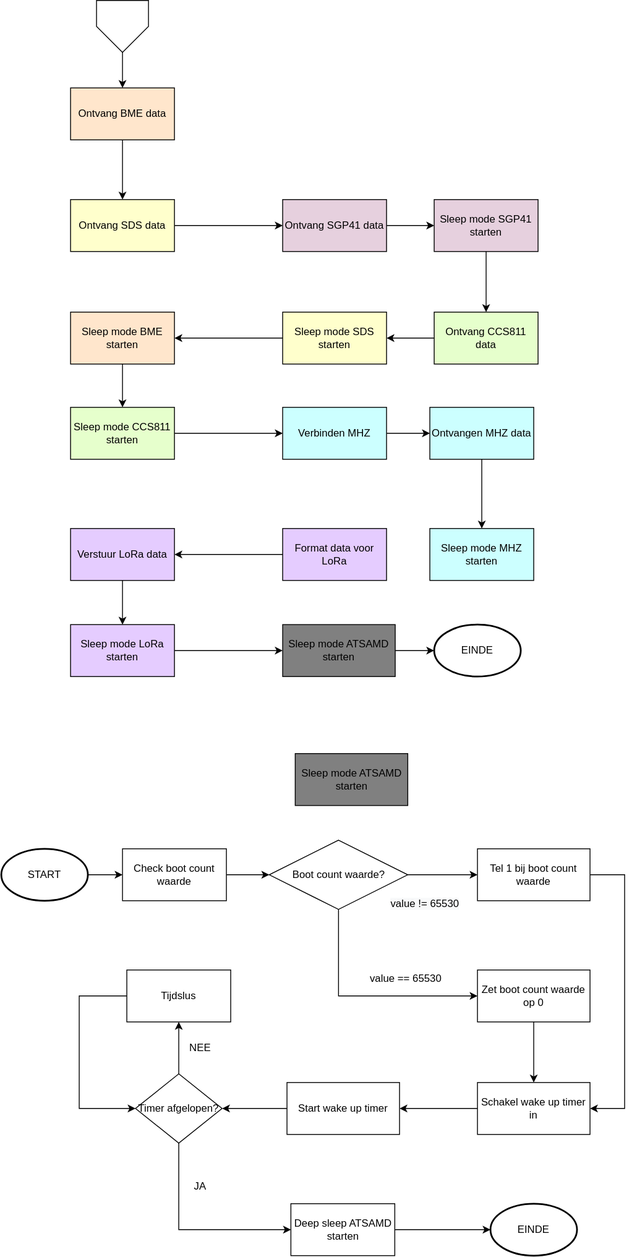
Earlier version of the draw.io export assets/FlowChart-ATSAMD_2.svg (747oli/Luchtkwaliteitssensor_analyse). Source tidied: cells renumbered, new cells last; positions are measured from the earlier drawing's top-left corner, leaving out a move shared by most shapes.
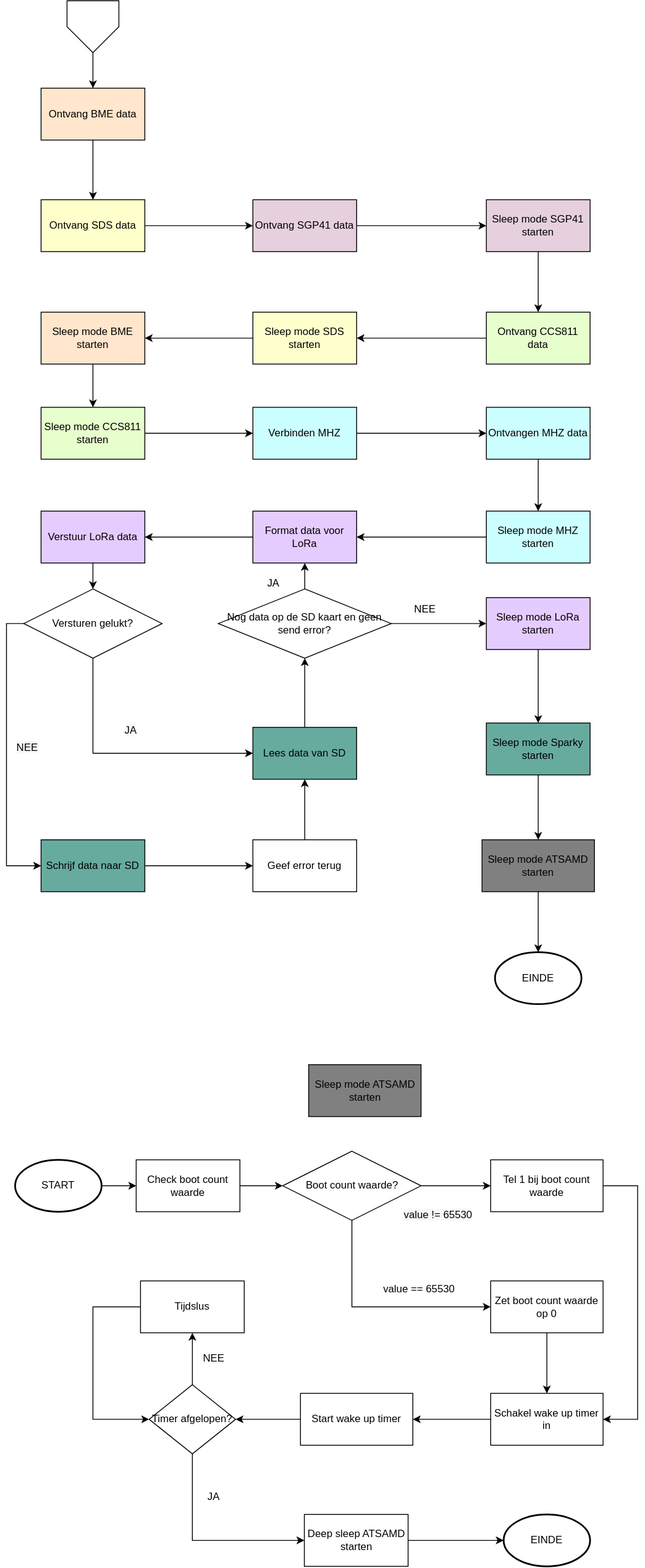
The same file after the commit.

Commit message:
Fix FlowChart; ATSAMD21, Sparky

Diff of the diagram source:
```diff
@@ -8,3 +8,3 @@
     <mxCell id="3" value="Ontvang BME data" style="rounded=0;whiteSpace=wrap;html=1;fillColor=#FFE6CC;" parent="1" vertex="1">
-      <mxGeometry x="80" y="101" width="120" height="60" as="geometry" />
+      <mxGeometry x="90" y="-1519" width="120" height="60" as="geometry" />
     </mxCell>
@@ -14,6 +14,6 @@
     <mxCell id="5" value="Ontvang SDS data" style="rounded=0;whiteSpace=wrap;html=1;fillColor=#FFFFCC;" parent="1" vertex="1">
-      <mxGeometry x="80" y="230" width="120" height="60" as="geometry" />
+      <mxGeometry x="90" y="-1390" width="120" height="60" as="geometry" />
     </mxCell>
     <mxCell id="6" value="Ontvang CCS811 data" style="rounded=0;whiteSpace=wrap;html=1;fillColor=#E6FFCC;" parent="1" vertex="1">
-      <mxGeometry x="500" y="360" width="120" height="60" as="geometry" />
+      <mxGeometry x="605" y="-1260" width="120" height="60" as="geometry" />
     </mxCell>
@@ -23,3 +23,3 @@
     <mxCell id="8" value="Sleep mode SDS starten" style="rounded=0;whiteSpace=wrap;html=1;fillColor=#FFFFCC;" parent="1" vertex="1">
-      <mxGeometry x="325" y="360" width="120" height="60" as="geometry" />
+      <mxGeometry x="335" y="-1260" width="120" height="60" as="geometry" />
     </mxCell>
@@ -29,3 +29,3 @@
     <mxCell id="10" value="Sleep mode BME starten" style="rounded=0;whiteSpace=wrap;html=1;fillColor=#FFE6CC;" parent="1" vertex="1">
-      <mxGeometry x="80" y="360" width="120" height="60" as="geometry" />
+      <mxGeometry x="90" y="-1260" width="120" height="60" as="geometry" />
     </mxCell>
@@ -35,3 +35,3 @@
     <mxCell id="12" value="Sleep mode CCS811 starten" style="rounded=0;whiteSpace=wrap;html=1;fillColor=#E6FFCC;" parent="1" vertex="1">
-      <mxGeometry x="80" y="470" width="120" height="60" as="geometry" />
+      <mxGeometry x="90" y="-1150" width="120" height="60" as="geometry" />
     </mxCell>
@@ -44,3 +44,3 @@
     <mxCell id="15" value="Verbinden MHZ" style="rounded=0;whiteSpace=wrap;html=1;fillColor=#CCFFFF;" parent="1" vertex="1">
-      <mxGeometry x="325" y="470" width="120" height="60" as="geometry" />
+      <mxGeometry x="335" y="-1150" width="120" height="60" as="geometry" />
     </mxCell>
@@ -50,6 +50,9 @@
     <mxCell id="17" value="Ontvangen MHZ data" style="rounded=0;whiteSpace=wrap;html=1;fillColor=#CCFFFF;" parent="1" vertex="1">
-      <mxGeometry x="495" y="470" width="120" height="60" as="geometry" />
+      <mxGeometry x="605" y="-1150" width="120" height="60" as="geometry" />
     </mxCell>
+    <mxCell id="62" style="edgeStyle=orthogonalEdgeStyle;rounded=0;jettySize=auto;html=1;exitX=0;exitY=0.5;exitDx=0;exitDy=0;entryX=1;entryY=0.5;entryDx=0;entryDy=0;" parent="1" edge="1" source="18" target="20">
+      <mxGeometry relative="1" as="geometry" />
+    </mxCell>
     <mxCell id="18" value="Sleep mode MHZ starten" style="rounded=0;whiteSpace=wrap;html=1;fillColor=#CCFFFF;" parent="1" vertex="1">
-      <mxGeometry x="495" y="610" width="120" height="60" as="geometry" />
+      <mxGeometry x="605" y="-1030" width="120" height="60" as="geometry" />
     </mxCell>
@@ -59,24 +62,24 @@
     <mxCell id="20" value="Format data voor LoRa" style="rounded=0;whiteSpace=wrap;html=1;fillColor=#E5CCFF;" parent="1" vertex="1">
-      <mxGeometry x="325" y="610" width="120" height="60" as="geometry" />
+      <mxGeometry x="335" y="-1030" width="120" height="60" as="geometry" />
     </mxCell>
-    <mxCell id="21" style="edgeStyle=orthogonalEdgeStyle;rounded=0;jettySize=auto;html=1;" parent="1" edge="1" source="22" target="24">
-      <mxGeometry relative="1" as="geometry" />
-    </mxCell>
+    <mxCell id="63" style="edgeStyle=orthogonalEdgeStyle;rounded=0;jettySize=auto;html=1;exitX=0.5;exitY=1;exitDx=0;exitDy=0;entryX=0.5;entryY=0;entryDx=0;entryDy=0;" parent="1" edge="1" source="22" target="67">
+      <mxGeometry relative="1" as="geometry" />
+    </mxCell>
     <mxCell id="22" value="Verstuur LoRa data" style="rounded=0;whiteSpace=wrap;html=1;fillColor=#E5CCFF;" parent="1" vertex="1">
-      <mxGeometry x="80" y="610" width="120" height="60" as="geometry" />
+      <mxGeometry x="90" y="-1030" width="120" height="60" as="geometry" />
     </mxCell>
-    <mxCell id="23" style="edgeStyle=orthogonalEdgeStyle;rounded=0;jettySize=auto;html=1;exitX=1;exitY=0.5;exitDx=0;exitDy=0;" parent="1" edge="1" source="24" target="58">
-      <mxGeometry relative="1" as="geometry" />
-    </mxCell>
+    <mxCell id="64" style="edgeStyle=orthogonalEdgeStyle;rounded=0;jettySize=auto;html=1;" parent="1" edge="1" source="24" target="82">
+      <mxGeometry relative="1" as="geometry" />
+    </mxCell>
     <mxCell id="24" value="Sleep mode LoRa starten" style="rounded=0;whiteSpace=wrap;html=1;fillColor=#E5CCFF;" parent="1" vertex="1">
-      <mxGeometry x="80" y="721" width="120" height="60" as="geometry" />
+      <mxGeometry x="605" y="-930" width="120" height="60" as="geometry" />
     </mxCell>
     <mxCell id="25" value="NEE" style="text;html=1;strokeColor=none;fillColor=none;align=center;verticalAlign=middle;whiteSpace=wrap;rounded=0;" parent="1" vertex="1">
-      <mxGeometry x="210" y="1200" width="40" height="20" as="geometry" />
+      <mxGeometry x="270" y="-60" width="40" height="20" as="geometry" />
     </mxCell>
     <mxCell id="26" value="JA" style="text;html=1;strokeColor=none;fillColor=none;align=center;verticalAlign=middle;whiteSpace=wrap;rounded=0;" parent="1" vertex="1">
-      <mxGeometry x="210" y="1360" width="40" height="20" as="geometry" />
+      <mxGeometry x="270" y="100" width="40" height="20" as="geometry" />
     </mxCell>
     <mxCell id="27" value="&lt;span style=&quot;color: rgb(0 , 0 , 0) ; font-family: &amp;#34;helvetica&amp;#34; ; font-size: 12px ; font-style: normal ; font-weight: 400 ; letter-spacing: normal ; text-align: center ; text-indent: 0px ; text-transform: none ; word-spacing: 0px ; background-color: rgb(248 , 249 , 250) ; display: inline ; float: none&quot;&gt;value != 65530&lt;/span&gt;" style="text;whiteSpace=wrap;html=1;" parent="1" vertex="1">
-      <mxGeometry x="447.5" y="1030" width="110" height="30" as="geometry" />
+      <mxGeometry x="507.5" y="-230" width="110" height="30" as="geometry" />
     </mxCell>
@@ -86,3 +89,3 @@
     <mxCell id="29" value="Ontvang SGP41 data" style="rounded=0;whiteSpace=wrap;html=1;fillColor=#E6D0DE;" parent="1" vertex="1">
-      <mxGeometry x="325" y="230" width="120" height="60" as="geometry" />
+      <mxGeometry x="335" y="-1390" width="120" height="60" as="geometry" />
     </mxCell>
@@ -92,6 +95,6 @@
     <mxCell id="31" value="Sleep mode SGP41 starten" style="rounded=0;whiteSpace=wrap;html=1;fillColor=#E6D0DE;" parent="1" vertex="1">
-      <mxGeometry x="500" y="230" width="120" height="60" as="geometry" />
+      <mxGeometry x="605" y="-1390" width="120" height="60" as="geometry" />
     </mxCell>
     <mxCell id="32" value="&lt;span&gt;Sleep mode ATSAMD starten&lt;/span&gt;" style="rounded=0;whiteSpace=wrap;html=1;fillColor=#808080;" parent="1" vertex="1">
-      <mxGeometry x="339.5" y="870" width="130" height="60" as="geometry" />
+      <mxGeometry x="399.5" y="-390" width="130" height="60" as="geometry" />
     </mxCell>
@@ -104,3 +107,3 @@
     <mxCell id="35" value="Boot count waarde?" style="rhombus;whiteSpace=wrap;html=1;" parent="1" vertex="1">
-      <mxGeometry x="309.5" y="970" width="160" height="80" as="geometry" />
+      <mxGeometry x="369.5" y="-290" width="160" height="80" as="geometry" />
     </mxCell>
@@ -110,3 +113,3 @@
     <mxCell id="37" value="START" style="strokeWidth=2;html=1;shape=mxgraph.flowchart.start_1;whiteSpace=wrap;" parent="1" vertex="1">
-      <mxGeometry y="980" width="100" height="60" as="geometry" />
+      <mxGeometry x="60" y="-280" width="100" height="60" as="geometry" />
     </mxCell>
@@ -116,3 +119,3 @@
     <mxCell id="39" value="Check boot count waarde" style="rounded=0;whiteSpace=wrap;html=1;" parent="1" vertex="1">
-      <mxGeometry x="140" y="980" width="120" height="60" as="geometry" />
+      <mxGeometry x="200" y="-280" width="120" height="60" as="geometry" />
     </mxCell>
@@ -122,3 +125,3 @@
     <mxCell id="41" value="Zet boot count waarde op 0" style="rounded=0;whiteSpace=wrap;html=1;" parent="1" vertex="1">
-      <mxGeometry x="550" y="1120" width="130" height="60" as="geometry" />
+      <mxGeometry x="610" y="-140" width="130" height="60" as="geometry" />
     </mxCell>
@@ -127,4 +130,4 @@
         <Array as="points">
-          <mxPoint x="720" y="1010" />
-          <mxPoint x="720" y="1280" />
+          <mxPoint x="780" y="-250" />
+          <mxPoint x="780" y="20" />
         </Array>
@@ -133,3 +136,3 @@
     <mxCell id="43" value="Tel 1 bij boot count waarde" style="rounded=0;whiteSpace=wrap;html=1;" parent="1" vertex="1">
-      <mxGeometry x="550" y="980" width="130" height="60" as="geometry" />
+      <mxGeometry x="610" y="-280" width="130" height="60" as="geometry" />
     </mxCell>
@@ -139,3 +142,3 @@
     <mxCell id="45" value="Schakel wake up timer in" style="rounded=0;whiteSpace=wrap;html=1;" parent="1" vertex="1">
-      <mxGeometry x="550" y="1250" width="130" height="60" as="geometry" />
+      <mxGeometry x="610" y="-10" width="130" height="60" as="geometry" />
     </mxCell>
@@ -145,3 +148,3 @@
     <mxCell id="47" value="Start wake up timer" style="rounded=0;whiteSpace=wrap;html=1;" parent="1" vertex="1">
-      <mxGeometry x="330" y="1250" width="130" height="60" as="geometry" />
+      <mxGeometry x="390" y="-10" width="130" height="60" as="geometry" />
     </mxCell>
@@ -154,3 +157,3 @@
     <mxCell id="50" value="Timer afgelopen?" style="rhombus;whiteSpace=wrap;html=1;" parent="1" vertex="1">
-      <mxGeometry x="155" y="1240" width="100" height="80" as="geometry" />
+      <mxGeometry x="215" y="-20" width="100" height="80" as="geometry" />
     </mxCell>
@@ -159,4 +162,4 @@
         <Array as="points">
-          <mxPoint x="90" y="1150" />
-          <mxPoint x="90" y="1280" />
+          <mxPoint x="150" y="-110" />
+          <mxPoint x="150" y="20" />
         </Array>
@@ -165,3 +168,3 @@
     <mxCell id="52" value="Tijdslus" style="rounded=0;whiteSpace=wrap;html=1;" parent="1" vertex="1">
-      <mxGeometry x="145" y="1120" width="120" height="60" as="geometry" />
+      <mxGeometry x="205" y="-140" width="120" height="60" as="geometry" />
     </mxCell>
@@ -171,9 +174,9 @@
     <mxCell id="54" value="Deep sleep ATSAMD starten" style="rounded=0;whiteSpace=wrap;html=1;" parent="1" vertex="1">
-      <mxGeometry x="334.5" y="1390" width="120" height="60" as="geometry" />
+      <mxGeometry x="394.5" y="130" width="120" height="60" as="geometry" />
     </mxCell>
     <mxCell id="55" value="EINDE" style="strokeWidth=2;html=1;shape=mxgraph.flowchart.start_1;whiteSpace=wrap;" parent="1" vertex="1">
-      <mxGeometry x="565" y="1390" width="100" height="60" as="geometry" />
+      <mxGeometry x="625" y="130" width="100" height="60" as="geometry" />
     </mxCell>
     <mxCell id="56" value="value == 65530" style="text;html=1;strokeColor=none;fillColor=none;align=center;verticalAlign=middle;whiteSpace=wrap;rounded=0;" parent="1" vertex="1">
-      <mxGeometry x="410" y="1120" width="115" height="20" as="geometry" />
+      <mxGeometry x="470" y="-140" width="115" height="20" as="geometry" />
     </mxCell>
@@ -183,6 +186,6 @@
     <mxCell id="58" value="&lt;span&gt;Sleep mode ATSAMD starten&lt;/span&gt;" style="rounded=0;whiteSpace=wrap;html=1;fillColor=#808080;" parent="1" vertex="1">
-      <mxGeometry x="325" y="721" width="130" height="60" as="geometry" />
+      <mxGeometry x="600" y="-650" width="130" height="60" as="geometry" />
     </mxCell>
     <mxCell id="59" value="EINDE" style="strokeWidth=2;html=1;shape=mxgraph.flowchart.start_1;whiteSpace=wrap;" parent="1" vertex="1">
-      <mxGeometry x="500" y="721" width="100" height="60" as="geometry" />
+      <mxGeometry x="615" y="-520" width="100" height="60" as="geometry" />
     </mxCell>
@@ -192,4 +195,58 @@
     <mxCell id="61" style="verticalLabelPosition=bottom;verticalAlign=top;html=1;shape=offPageConnector;rounded=0;size=0.5;fillColor=#FFFFFF;" parent="1" vertex="1">
-      <mxGeometry x="110" width="60" height="60" as="geometry" />
+      <mxGeometry x="120" y="-1620" width="60" height="60" as="geometry" />
     </mxCell>
+    <mxCell id="65" style="edgeStyle=orthogonalEdgeStyle;rounded=0;jettySize=auto;html=1;exitX=0;exitY=0.5;exitDx=0;exitDy=0;entryX=0;entryY=0.5;entryDx=0;entryDy=0;" parent="1" edge="1" source="67" target="74">
+      <mxGeometry relative="1" as="geometry" />
+    </mxCell>
+    <mxCell id="66" style="edgeStyle=orthogonalEdgeStyle;rounded=0;jettySize=auto;html=1;exitX=0.5;exitY=1;exitDx=0;exitDy=0;entryX=0;entryY=0.5;entryDx=0;entryDy=0;" parent="1" edge="1" source="67" target="72">
+      <mxGeometry relative="1" as="geometry" />
+    </mxCell>
+    <mxCell id="67" value="Versturen gelukt?" style="rhombus;whiteSpace=wrap;html=1;" parent="1" vertex="1">
+      <mxGeometry x="70" y="-940" width="160" height="80" as="geometry" />
+    </mxCell>
+    <mxCell id="68" style="edgeStyle=orthogonalEdgeStyle;rounded=0;jettySize=auto;html=1;exitX=0.5;exitY=0;exitDx=0;exitDy=0;entryX=0.5;entryY=1;entryDx=0;entryDy=0;" parent="1" edge="1" source="70" target="20">
+      <mxGeometry relative="1" as="geometry" />
+    </mxCell>
+    <mxCell id="69" style="edgeStyle=orthogonalEdgeStyle;rounded=0;jettySize=auto;html=1;exitX=1;exitY=0.5;exitDx=0;exitDy=0;entryX=0;entryY=0.5;entryDx=0;entryDy=0;" parent="1" edge="1" source="70" target="24">
+      <mxGeometry relative="1" as="geometry" />
+    </mxCell>
+    <mxCell id="70" value="Nog data op de SD kaart en geen send error?" style="rhombus;whiteSpace=wrap;html=1;" parent="1" vertex="1">
+      <mxGeometry x="295" y="-940" width="200" height="80" as="geometry" />
+    </mxCell>
+    <mxCell id="71" style="edgeStyle=orthogonalEdgeStyle;rounded=0;jettySize=auto;html=1;" parent="1" edge="1" source="72" target="70">
+      <mxGeometry relative="1" as="geometry" />
+    </mxCell>
+    <mxCell id="72" value="Lees data van SD" style="rounded=0;whiteSpace=wrap;html=1;fillColor=#67AB9F;" parent="1" vertex="1">
+      <mxGeometry x="335" y="-780" width="120" height="60" as="geometry" />
+    </mxCell>
+    <mxCell id="73" style="edgeStyle=orthogonalEdgeStyle;rounded=0;jettySize=auto;html=1;exitX=1;exitY=0.5;exitDx=0;exitDy=0;entryX=0;entryY=0.5;entryDx=0;entryDy=0;" parent="1" edge="1" source="74" target="76">
+      <mxGeometry relative="1" as="geometry" />
+    </mxCell>
+    <mxCell id="74" value="Schrijf data naar SD" style="rounded=0;whiteSpace=wrap;html=1;fillColor=#67AB9F;" parent="1" vertex="1">
+      <mxGeometry x="90" y="-650" width="120" height="60" as="geometry" />
+    </mxCell>
+    <mxCell id="75" style="edgeStyle=orthogonalEdgeStyle;rounded=0;jettySize=auto;html=1;" parent="1" edge="1" source="76" target="72">
+      <mxGeometry relative="1" as="geometry" />
+    </mxCell>
+    <mxCell id="76" value="Geef error terug" style="rounded=0;whiteSpace=wrap;html=1;" parent="1" vertex="1">
+      <mxGeometry x="335" y="-650" width="120" height="60" as="geometry" />
+    </mxCell>
+    <mxCell id="77" value="&lt;span style=&quot;color: rgb(0 , 0 , 0) ; font-family: &amp;#34;helvetica&amp;#34; ; font-size: 12px ; font-style: normal ; font-weight: 400 ; letter-spacing: normal ; text-align: center ; text-indent: 0px ; text-transform: none ; word-spacing: 0px ; background-color: rgb(248 , 249 , 250) ; display: inline ; float: none&quot;&gt;JA&lt;/span&gt;" style="text;whiteSpace=wrap;html=1;" parent="1" vertex="1">
+      <mxGeometry x="185" y="-790" width="25" height="30" as="geometry" />
+    </mxCell>
+    <mxCell id="78" value="&lt;span style=&quot;color: rgb(0 , 0 , 0) ; font-family: &amp;#34;helvetica&amp;#34; ; font-size: 12px ; font-style: normal ; font-weight: 400 ; letter-spacing: normal ; text-align: center ; text-indent: 0px ; text-transform: none ; word-spacing: 0px ; background-color: rgb(248 , 249 , 250) ; display: inline ; float: none&quot;&gt;NEE&lt;/span&gt;" style="text;whiteSpace=wrap;html=1;" parent="1" vertex="1">
+      <mxGeometry x="60" y="-770" width="25" height="30" as="geometry" />
+    </mxCell>
+    <mxCell id="79" value="&lt;span style=&quot;color: rgb(0 , 0 , 0) ; font-family: &amp;#34;helvetica&amp;#34; ; font-size: 12px ; font-style: normal ; font-weight: 400 ; letter-spacing: normal ; text-align: center ; text-indent: 0px ; text-transform: none ; word-spacing: 0px ; background-color: rgb(248 , 249 , 250) ; display: inline ; float: none&quot;&gt;JA&lt;/span&gt;" style="text;whiteSpace=wrap;html=1;" parent="1" vertex="1">
+      <mxGeometry x="350" y="-960" width="25" height="30" as="geometry" />
+    </mxCell>
+    <mxCell id="80" value="&lt;span style=&quot;color: rgb(0 , 0 , 0) ; font-family: &amp;#34;helvetica&amp;#34; ; font-size: 12px ; font-style: normal ; font-weight: 400 ; letter-spacing: normal ; text-align: center ; text-indent: 0px ; text-transform: none ; word-spacing: 0px ; background-color: rgb(248 , 249 , 250) ; display: inline ; float: none&quot;&gt;NEE&lt;/span&gt;" style="text;whiteSpace=wrap;html=1;" parent="1" vertex="1">
+      <mxGeometry x="520" y="-930" width="25" height="30" as="geometry" />
+    </mxCell>
+    <mxCell id="81" style="edgeStyle=orthogonalEdgeStyle;rounded=0;jettySize=auto;html=1;" parent="1" edge="1" source="82" target="58">
+      <mxGeometry relative="1" as="geometry" />
+    </mxCell>
+    <mxCell id="82" value="Sleep mode Sparky starten" style="rounded=0;whiteSpace=wrap;html=1;fillColor=#67AB9F;" parent="1" vertex="1">
+      <mxGeometry x="605" y="-785" width="120" height="60" as="geometry" />
+    </mxCell>
   </root>
```
